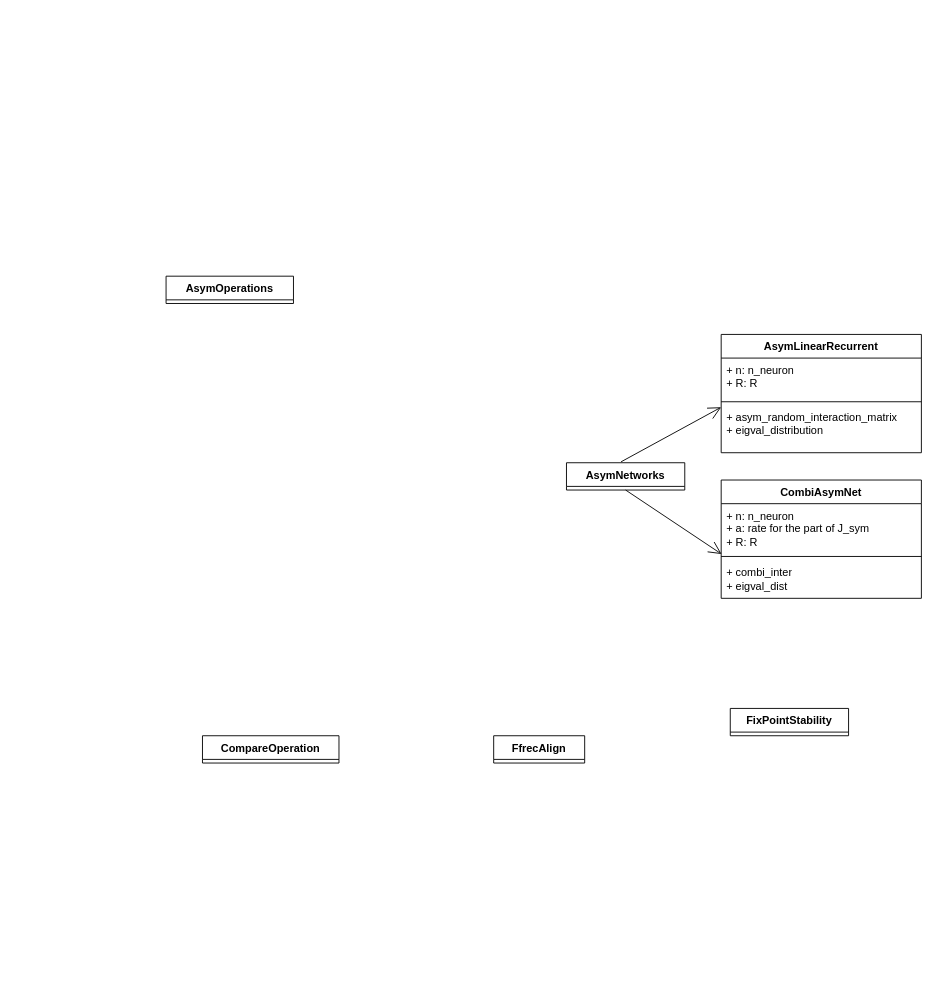
Earlier version of the draw.io diagram Asym_1D.drawio (rzhou-space/MA_Networks). Source tidied: cells renumbered, new cells numbered last; positions are measured from the earlier drawing's top-left corner, leaving out a move shared by most shapes. Both pictures are drawn from the tidied source at 91%, with x=0, y=0 at pixel (166, 276).
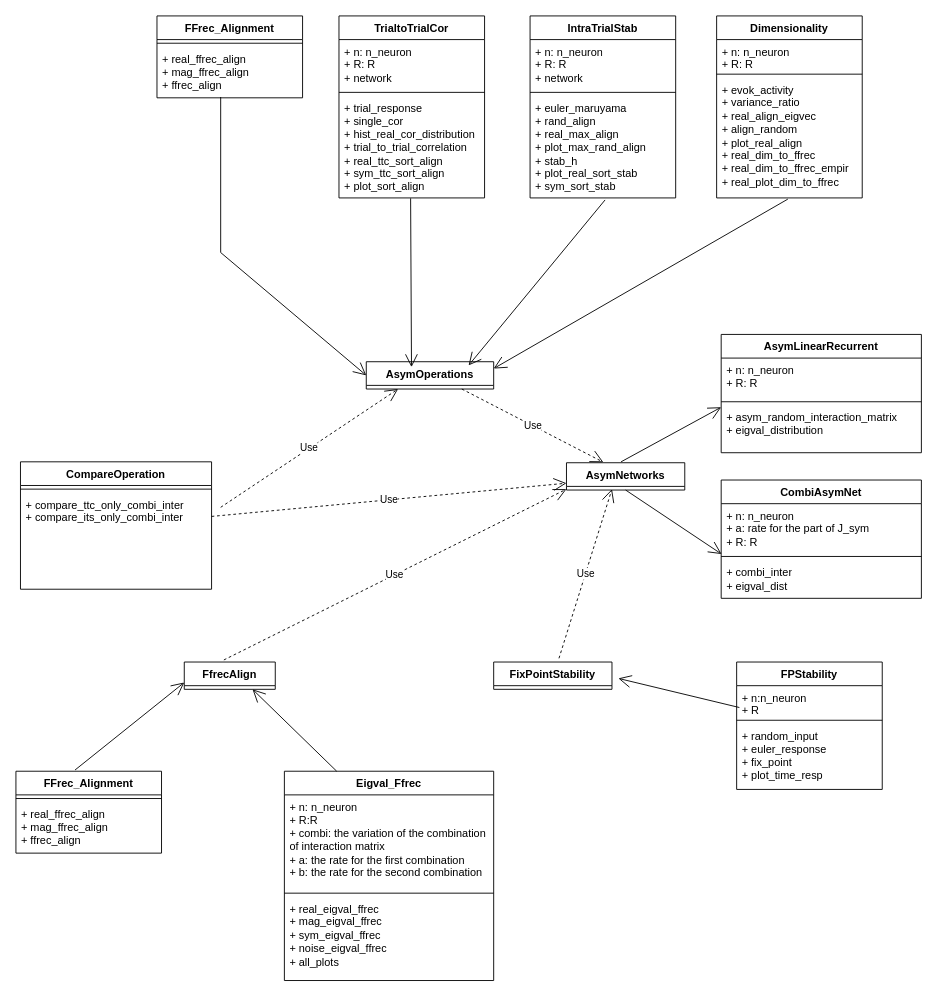
Above is the later version.

Unchanged cells that the change refers to:
```xml
<mxCell id="7" value="AsymNetworks" style="swimlane;fontStyle=1;align=center;verticalAlign=top;horizontal=1;startSize=26;whiteSpace=wrap;html=1;" parent="6" vertex="1" collapsed="1">
  <mxGeometry y="141" width="130" height="30" as="geometry" />
</mxCell>
```

Change to the diagram source:
```diff
@@
     <mxCell id="2" value="AsymOperations" style="swimlane;fontStyle=1;align=center;verticalAlign=top;horizontal=1;startSize=26;whiteSpace=wrap;html=1;" parent="1" vertex="1" collapsed="1">
-      <mxGeometry width="140" height="30" as="geometry" />
+      <mxGeometry x="220" y="94" width="140" height="30" as="geometry" />
     </mxCell>
-    <mxCell id="3" value="CompareOperation" style="swimlane;fontStyle=1;align=center;verticalAlign=top;horizontal=1;startSize=26;whiteSpace=wrap;html=1;" parent="1" vertex="1" collapsed="1">
-      <mxGeometry x="40" y="505" width="150" height="30" as="geometry" />
+    <mxCell id="3" value="CompareOperation" style="swimlane;fontStyle=1;align=center;verticalAlign=top;horizontal=1;startSize=26;whiteSpace=wrap;html=1;" parent="1" vertex="1">
+      <mxGeometry x="-160" y="204" width="210" height="140" as="geometry" />
     </mxCell>
+    <mxCell id="18" style="line;strokeWidth=1;fillColor=none;align=left;verticalAlign=middle;spacingTop=-1;spacingLeft=3;spacingRight=3;labelPosition=right;strokeColor=inherit;" parent="3" vertex="1">
+      <mxGeometry y="26" width="210" height="8" as="geometry" />
+    </mxCell>
+    <mxCell id="19" value="+ compare_ttc_only_combi_inter&lt;br&gt;+ compare_its_only_combi_inter" style="text;strokeColor=none;fillColor=none;align=left;verticalAlign=top;spacingLeft=4;spacingRight=4;overflow=hidden;whiteSpace=wrap;html=1;" parent="3" vertex="1">
+      <mxGeometry y="34" width="210" height="106" as="geometry" />
+    </mxCell>
     <mxCell id="4" value="FfrecAlign" style="swimlane;fontStyle=1;align=center;verticalAlign=top;horizontal=1;startSize=26;whiteSpace=wrap;html=1;" parent="1" vertex="1" collapsed="1">
-      <mxGeometry x="360" y="505" width="100" height="30" as="geometry" />
+      <mxGeometry x="20" y="424" width="100" height="30" as="geometry" />
     </mxCell>
     <mxCell id="5" value="FixPointStability" style="swimlane;fontStyle=1;align=center;verticalAlign=top;horizontal=1;startSize=26;whiteSpace=wrap;html=1;" parent="1" vertex="1" collapsed="1">
-      <mxGeometry x="620" y="475" width="130" height="30" as="geometry" />
+      <mxGeometry x="360" y="424" width="130" height="30" as="geometry" />
     </mxCell>
@@
+    <mxCell id="20" value="Use" style="endArrow=open;endSize=12;dashed=1;html=1;rounded=0;exitX=0.75;exitY=1;exitDx=0;exitDy=0;entryX=0.312;entryY=-0.018;entryDx=0;entryDy=0;entryPerimeter=0;" parent="1" edge="1" source="2" target="7">
+      <mxGeometry relative="1" as="geometry" />
+    </mxCell>
+    <mxCell id="21" value="FFrec_Alignment" style="swimlane;fontStyle=1;align=center;verticalAlign=top;horizontal=1;startSize=26;whiteSpace=wrap;html=1;" parent="1" vertex="1">
+      <mxGeometry x="-10" y="-286" width="160" height="90" as="geometry" />
+    </mxCell>
+    <mxCell id="22" style="line;strokeWidth=1;fillColor=none;align=left;verticalAlign=middle;spacingTop=-1;spacingLeft=3;spacingRight=3;labelPosition=right;strokeColor=inherit;" parent="21" vertex="1">
+      <mxGeometry y="26" width="160" height="8" as="geometry" />
+    </mxCell>
+    <mxCell id="23" value="+&amp;nbsp;real_ffrec_align&lt;br&gt;+&amp;nbsp;mag_ffrec_align&lt;br&gt;+&amp;nbsp;ffrec_align" style="text;strokeColor=none;fillColor=none;align=left;verticalAlign=top;spacingLeft=4;spacingRight=4;overflow=hidden;whiteSpace=wrap;html=1;" parent="21" vertex="1">
+      <mxGeometry y="34" width="160" height="56" as="geometry" />
+    </mxCell>
+    <mxCell id="24" style="endArrow=open;endFill=1;endSize=12;html=1;rounded=0;entryX=0;entryY=0.5;entryDx=0;entryDy=0;" parent="21" edge="1" target="2">
+      <mxGeometry relative="1" as="geometry">
+        <mxPoint x="70" y="89.1" as="sourcePoint" />
+        <Array as="points">
+          <mxPoint x="70" y="260" />
+        </Array>
+      </mxGeometry>
+    </mxCell>
+    <mxCell id="25" value="TrialtoTrialCor" style="swimlane;fontStyle=1;align=center;verticalAlign=top;horizontal=1;startSize=26;whiteSpace=wrap;html=1;" parent="1" vertex="1">
+      <mxGeometry x="190" y="-286" width="160" height="200" as="geometry" />
+    </mxCell>
+    <mxCell id="26" value="+ n: n_neuron&lt;br&gt;+ R: R&lt;br&gt;+ network" style="text;strokeColor=none;fillColor=none;align=left;verticalAlign=top;spacingLeft=4;spacingRight=4;overflow=hidden;whiteSpace=wrap;html=1;" parent="25" vertex="1">
+      <mxGeometry y="26" width="160" height="54" as="geometry" />
+    </mxCell>
+    <mxCell id="27" style="line;strokeWidth=1;fillColor=none;align=left;verticalAlign=middle;spacingTop=-1;spacingLeft=3;spacingRight=3;labelPosition=right;strokeColor=inherit;" parent="25" vertex="1">
+      <mxGeometry y="80" width="160" height="8" as="geometry" />
+    </mxCell>
+    <mxCell id="28" value="+&amp;nbsp;trial_response&lt;br&gt;+ single_cor&lt;br&gt;+ hist_real_cor_distribution&lt;br&gt;+ trial_to_trial_correlation&lt;br&gt;+ real_ttc_sort_align&lt;br&gt;+ sym_ttc_sort_align&lt;br&gt;+ plot_sort_align&lt;br&gt;" style="text;strokeColor=none;fillColor=none;align=left;verticalAlign=top;spacingLeft=4;spacingRight=4;overflow=hidden;points=[[0,0.5],[1,0.5]];portConstraint=eastwest;whiteSpace=wrap;html=1;" parent="25" vertex="1">
+      <mxGeometry y="88" width="160" height="112" as="geometry" />
+    </mxCell>
+    <mxCell id="29" value="IntraTrialStab" style="swimlane;fontStyle=1;align=center;verticalAlign=top;horizontal=1;startSize=26;whiteSpace=wrap;html=1;" parent="1" vertex="1">
+      <mxGeometry x="400" y="-286" width="160" height="200" as="geometry" />
+    </mxCell>
+    <mxCell id="30" value="+ n: n_neuron&lt;br&gt;+ R: R&lt;br&gt;+ network" style="text;strokeColor=none;fillColor=none;align=left;verticalAlign=top;spacingLeft=4;spacingRight=4;overflow=hidden;whiteSpace=wrap;html=1;" parent="29" vertex="1">
+      <mxGeometry y="26" width="160" height="54" as="geometry" />
+    </mxCell>
+    <mxCell id="31" style="line;strokeWidth=1;fillColor=none;align=left;verticalAlign=middle;spacingTop=-1;spacingLeft=3;spacingRight=3;labelPosition=right;strokeColor=inherit;" parent="29" vertex="1">
+      <mxGeometry y="80" width="160" height="8" as="geometry" />
+    </mxCell>
+    <mxCell id="32" value="+ euler_maruyama&lt;br&gt;+ rand_align&lt;br&gt;+ real_max_align&lt;br&gt;+ plot_max_rand_align&lt;br&gt;+ stab_h&lt;br&gt;+ plot_real_sort_stab&lt;br&gt;+ sym_sort_stab" style="text;strokeColor=none;fillColor=none;align=left;verticalAlign=top;spacingLeft=4;spacingRight=4;overflow=hidden;points=[[0,0.5],[1,0.5]];portConstraint=eastwest;whiteSpace=wrap;html=1;" parent="29" vertex="1">
+      <mxGeometry y="88" width="160" height="112" as="geometry" />
+    </mxCell>
+    <mxCell id="33" value="Dimensionality" style="swimlane;fontStyle=1;align=center;verticalAlign=top;horizontal=1;startSize=26;whiteSpace=wrap;html=1;" parent="1" vertex="1">
+      <mxGeometry x="605" y="-286" width="160" height="200" as="geometry" />
+    </mxCell>
+    <mxCell id="34" value="+ n: n_neuron&lt;br&gt;+ R: R" style="text;strokeColor=none;fillColor=none;align=left;verticalAlign=top;spacingLeft=4;spacingRight=4;overflow=hidden;whiteSpace=wrap;html=1;" parent="33" vertex="1">
+      <mxGeometry y="26" width="160" height="34" as="geometry" />
+    </mxCell>
+    <mxCell id="35" style="line;strokeWidth=1;fillColor=none;align=left;verticalAlign=middle;spacingTop=-1;spacingLeft=3;spacingRight=3;labelPosition=right;strokeColor=inherit;" parent="33" vertex="1">
+      <mxGeometry y="60" width="160" height="8" as="geometry" />
+    </mxCell>
+    <mxCell id="36" value="+ evok_activity&lt;br&gt;+ variance_ratio&lt;br&gt;+ real_align_eigvec&lt;br&gt;+ align_random&lt;br&gt;+ plot_real_align&lt;br&gt;+ real_dim_to_ffrec&lt;br&gt;+ real_dim_to_ffrec_empir&lt;br&gt;+ real_plot_dim_to_ffrec" style="text;strokeColor=none;fillColor=none;align=left;verticalAlign=top;spacingLeft=4;spacingRight=4;overflow=hidden;points=[[0,0.5],[1,0.5]];portConstraint=eastwest;whiteSpace=wrap;html=1;" parent="33" vertex="1">
+      <mxGeometry y="68" width="160" height="132" as="geometry" />
+    </mxCell>
+    <mxCell id="37" style="endArrow=open;endFill=1;endSize=12;html=1;rounded=0;exitX=0.492;exitY=1.004;exitDx=0;exitDy=0;exitPerimeter=0;entryX=0.355;entryY=0.197;entryDx=0;entryDy=0;entryPerimeter=0;" parent="1" edge="1" source="28" target="2">
+      <mxGeometry relative="1" as="geometry" />
+    </mxCell>
+    <mxCell id="38" style="endArrow=open;endFill=1;endSize=12;html=1;rounded=0;exitX=0.515;exitY=1.02;exitDx=0;exitDy=0;exitPerimeter=0;entryX=0.803;entryY=0.136;entryDx=0;entryDy=0;entryPerimeter=0;" parent="1" edge="1" source="32" target="2">
+      <mxGeometry relative="1" as="geometry" />
+    </mxCell>
+    <mxCell id="39" style="endArrow=open;endFill=1;endSize=12;html=1;rounded=0;exitX=0.489;exitY=1.01;exitDx=0;exitDy=0;exitPerimeter=0;entryX=1;entryY=0.25;entryDx=0;entryDy=0;" parent="1" edge="1" source="36" target="2">
+      <mxGeometry relative="1" as="geometry" />
+    </mxCell>
+    <mxCell id="40" value="FPStability" style="swimlane;fontStyle=1;align=center;verticalAlign=top;horizontal=1;startSize=26;whiteSpace=wrap;html=1;" parent="1" vertex="1">
+      <mxGeometry x="627" y="424" width="160" height="140" as="geometry" />
+    </mxCell>
+    <mxCell id="41" value="+ n:n_neuron&lt;br&gt;+ R" style="text;strokeColor=none;fillColor=none;align=left;verticalAlign=top;spacingLeft=4;spacingRight=4;overflow=hidden;whiteSpace=wrap;html=1;" parent="40" vertex="1">
+      <mxGeometry y="26" width="160" height="34" as="geometry" />
+    </mxCell>
+    <mxCell id="42" style="line;strokeWidth=1;fillColor=none;align=left;verticalAlign=middle;spacingTop=-1;spacingLeft=3;spacingRight=3;labelPosition=right;strokeColor=inherit;" parent="40" vertex="1">
+      <mxGeometry y="60" width="160" height="8" as="geometry" />
+    </mxCell>
+    <mxCell id="43" value="+ random_input&lt;br&gt;+ euler_response&lt;br&gt;+ fix_point&lt;br&gt;+ plot_time_resp" style="text;strokeColor=none;fillColor=none;align=left;verticalAlign=top;spacingLeft=4;spacingRight=4;overflow=hidden;whiteSpace=wrap;html=1;" parent="40" vertex="1">
+      <mxGeometry y="68" width="160" height="72" as="geometry" />
+    </mxCell>
+    <mxCell id="44" style="endArrow=open;endFill=1;endSize=12;html=1;rounded=0;entryX=1.055;entryY=0.591;entryDx=0;entryDy=0;entryPerimeter=0;" parent="1" edge="1" target="5">
+      <mxGeometry relative="1" as="geometry">
+        <mxPoint x="630" y="474" as="sourcePoint" />
+        <Array as="points">
+          <mxPoint x="497" y="442" />
+        </Array>
+      </mxGeometry>
+    </mxCell>
+    <mxCell id="45" value="Use" style="endArrow=open;endSize=12;dashed=1;html=1;rounded=0;exitX=0.552;exitY=-0.136;exitDx=0;exitDy=0;exitPerimeter=0;" parent="1" edge="1" source="5">
+      <mxGeometry relative="1" as="geometry">
+        <mxPoint x="490" y="234" as="targetPoint" />
+      </mxGeometry>
+    </mxCell>
+    <mxCell id="46" value="FFrec_Alignment" style="swimlane;fontStyle=1;align=center;verticalAlign=top;horizontal=1;startSize=26;whiteSpace=wrap;html=1;" parent="1" vertex="1">
+      <mxGeometry x="-165" y="544" width="160" height="90" as="geometry" />
+    </mxCell>
+    <mxCell id="47" style="line;strokeWidth=1;fillColor=none;align=left;verticalAlign=middle;spacingTop=-1;spacingLeft=3;spacingRight=3;labelPosition=right;strokeColor=inherit;" parent="46" vertex="1">
+      <mxGeometry y="26" width="160" height="8" as="geometry" />
+    </mxCell>
+    <mxCell id="48" value="+ real_ffrec_align&lt;br&gt;+ mag_ffrec_align&lt;br&gt;+ ffrec_align" style="text;strokeColor=none;fillColor=none;align=left;verticalAlign=top;spacingLeft=4;spacingRight=4;overflow=hidden;whiteSpace=wrap;html=1;" parent="46" vertex="1">
+      <mxGeometry y="34" width="160" height="56" as="geometry" />
+    </mxCell>
+    <mxCell id="49" style="endArrow=open;endFill=1;endSize=12;html=1;rounded=0;exitX=0.406;exitY=-0.015;exitDx=0;exitDy=0;exitPerimeter=0;entryX=0;entryY=0.75;entryDx=0;entryDy=0;" parent="1" edge="1" source="46" target="4">
+      <mxGeometry relative="1" as="geometry" />
+    </mxCell>
+    <mxCell id="50" value="Eigval_Ffrec" style="swimlane;fontStyle=1;align=center;verticalAlign=top;horizontal=1;startSize=26;whiteSpace=wrap;html=1;" parent="1" vertex="1">
+      <mxGeometry x="130" y="544" width="230" height="230" as="geometry" />
+    </mxCell>
+    <mxCell id="51" value="+ n: n_neuron&lt;br&gt;+ R:R&lt;br&gt;+ combi: the variation of the combination of interaction matrix&lt;br&gt;+ a: the rate for the first combination&lt;br&gt;+ b: the rate for the second combination" style="text;strokeColor=none;fillColor=none;align=left;verticalAlign=top;spacingLeft=4;spacingRight=4;overflow=hidden;whiteSpace=wrap;html=1;" parent="50" vertex="1">
+      <mxGeometry y="26" width="230" height="104" as="geometry" />
+    </mxCell>
+    <mxCell id="52" style="line;strokeWidth=1;fillColor=none;align=left;verticalAlign=middle;spacingTop=-1;spacingLeft=3;spacingRight=3;labelPosition=right;strokeColor=inherit;" parent="50" vertex="1">
+      <mxGeometry y="130" width="230" height="8" as="geometry" />
+    </mxCell>
+    <mxCell id="53" value="+ real_eigval_ffrec&lt;br&gt;+ mag_eigval_ffrec&lt;br&gt;+ sym_eigval_ffrec&lt;br&gt;+ noise_eigval_ffrec&lt;br&gt;+ all_plots" style="text;strokeColor=none;fillColor=none;align=left;verticalAlign=top;spacingLeft=4;spacingRight=4;overflow=hidden;whiteSpace=wrap;html=1;" parent="50" vertex="1">
+      <mxGeometry y="138" width="230" height="92" as="geometry" />
+    </mxCell>
+    <mxCell id="54" style="endArrow=open;endFill=1;endSize=12;html=1;rounded=0;exitX=0.25;exitY=0;exitDx=0;exitDy=0;entryX=0.75;entryY=1;entryDx=0;entryDy=0;" parent="1" edge="1" source="50" target="4">
+      <mxGeometry relative="1" as="geometry" />
+    </mxCell>
+    <mxCell id="55" value="Use" style="endArrow=open;endSize=12;dashed=1;html=1;rounded=0;exitX=0.435;exitY=-0.076;exitDx=0;exitDy=0;exitPerimeter=0;" parent="1" edge="1" source="4">
+      <mxGeometry relative="1" as="geometry">
+        <mxPoint x="440" y="234" as="targetPoint" />
+      </mxGeometry>
+    </mxCell>
+    <mxCell id="56" value="Use" style="endArrow=open;endSize=12;dashed=1;html=1;rounded=0;entryX=0;entryY=0.75;entryDx=0;entryDy=0;" parent="1" edge="1" target="7">
+      <mxGeometry relative="1" as="geometry">
+        <mxPoint x="50" y="264" as="sourcePoint" />
+      </mxGeometry>
+    </mxCell>
+    <mxCell id="57" value="Use" style="endArrow=open;endSize=12;dashed=1;html=1;rounded=0;entryX=0.25;entryY=1;entryDx=0;entryDy=0;" parent="1" edge="1" target="2">
+      <mxGeometry relative="1" as="geometry">
+        <mxPoint x="60" y="254" as="sourcePoint" />
+      </mxGeometry>
+    </mxCell>
```
